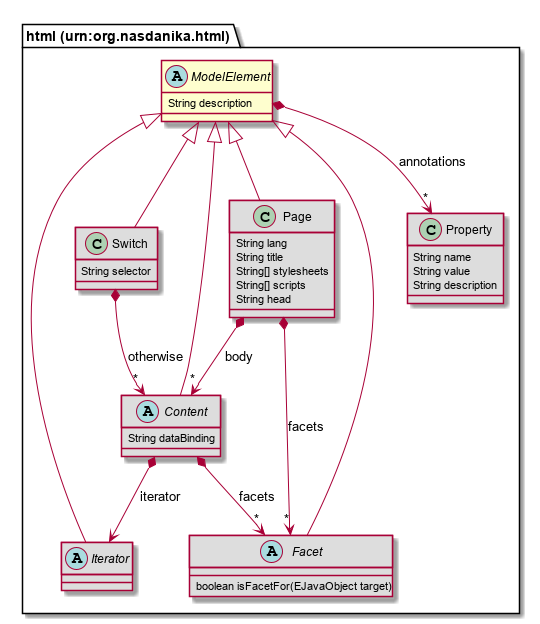
Above: repository/src/site/resources/model-doc/75726e3a6f72672e6e617364616e696b612e68746d6c/ModelElement.png in Nasdanika/html (PlantUML), before the change.
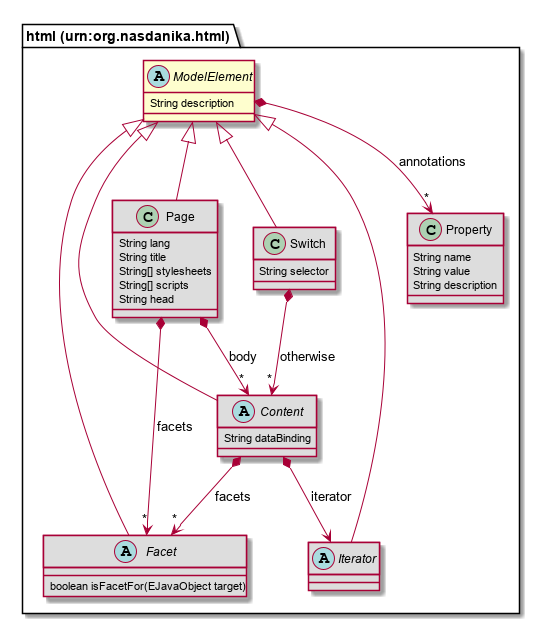
The same file after the commit.

Diff of the diagram source:
```diff
@@ -2,13 +2,14 @@
 abstract class "html (urn:org.nasdanika.html).ModelElement" [[#router/doc-content/75726e3a6f72672e6e617364616e696b612e68746d6c/ModelElement.html{Base class for other model elements featuring description and properties.}]] {
 	String description
 }
-abstract class "html (urn:org.nasdanika.html).Iterator" [[#router/doc-content/75726e3a6f72672e6e617364616e696b612e68746d6c/Iterator.html{Iterator produces zero or more values. }]] #DDDDDD {
+abstract class "html (urn:org.nasdanika.html).Facet" [[#router/doc-content/75726e3a6f72672e6e617364616e696b612e68746d6c/Facet.html{Model element facets customize elements for a specific purpose. }]] #DDDDDD {
+	boolean isFacetFor(EJavaObject target)
+}
+abstract class "html (urn:org.nasdanika.html).Content" [[#router/doc-content/75726e3a6f72672e6e617364616e696b612e68746d6c/Content.html{Base class for content.}]] #DDDDDD {
+	String dataBinding
 }
 class "html (urn:org.nasdanika.html).Switch" [[#router/doc-content/75726e3a6f72672e6e617364616e696b612e68746d6c/Switch.html{Switch allows to select content of one of its cases of the default (otherwise) content based on a selector value matching on of the case values or not matching any value in which case the otherwise content will be selected, if it is present.}]] #DDDDDD {
 	String selector
-}
-abstract class "html (urn:org.nasdanika.html).Content" [[#router/doc-content/75726e3a6f72672e6e617364616e696b612e68746d6c/Content.html{Base class for content.}]] #DDDDDD {
-	String dataBinding
 }
 class "html (urn:org.nasdanika.html).Page" [[#router/doc-content/75726e3a6f72672e6e617364616e696b612e68746d6c/Page.html{HTML page containing other content.}]] #DDDDDD {
 	String lang
@@ -17,23 +18,22 @@
 	String[] scripts
 	String head
 }
-abstract class "html (urn:org.nasdanika.html).Facet" [[#router/doc-content/75726e3a6f72672e6e617364616e696b612e68746d6c/Facet.html{Model element facets customize elements for a specific purpose. }]] #DDDDDD {
-	boolean isFacetFor(EJavaObject target)
+abstract class "html (urn:org.nasdanika.html).Iterator" [[#router/doc-content/75726e3a6f72672e6e617364616e696b612e68746d6c/Iterator.html{Iterator produces zero or more values. }]] #DDDDDD {
 }
 class "html (urn:org.nasdanika.html).Property" [[#router/doc-content/75726e3a6f72672e6e617364616e696b612e68746d6c/Property.html{A generic name-value pair.}]] #DDDDDD {
 	String name
 	String value
 	String description
 }
+"html (urn:org.nasdanika.html).ModelElement" <|-- "html (urn:org.nasdanika.html).Facet"
+"html (urn:org.nasdanika.html).ModelElement" <|-- "html (urn:org.nasdanika.html).Content"
+"html (urn:org.nasdanika.html).ModelElement" <|-- "html (urn:org.nasdanika.html).Switch"
+"html (urn:org.nasdanika.html).ModelElement" <|-- "html (urn:org.nasdanika.html).Page"
 "html (urn:org.nasdanika.html).ModelElement" <|-- "html (urn:org.nasdanika.html).Iterator"
-"html (urn:org.nasdanika.html).ModelElement" <|-- "html (urn:org.nasdanika.html).Switch"
-"html (urn:org.nasdanika.html).ModelElement" <|-- "html (urn:org.nasdanika.html).Content"
-"html (urn:org.nasdanika.html).ModelElement" <|-- "html (urn:org.nasdanika.html).Page"
-"html (urn:org.nasdanika.html).ModelElement" <|-- "html (urn:org.nasdanika.html).Facet"
+"html (urn:org.nasdanika.html).Content" *--> "html (urn:org.nasdanika.html).Iterator" : iterator
+"html (urn:org.nasdanika.html).Content" *--> "*" "html (urn:org.nasdanika.html).Facet" : facets
 "html (urn:org.nasdanika.html).ModelElement" *--> "*" "html (urn:org.nasdanika.html).Property" : annotations
 "html (urn:org.nasdanika.html).Switch" *--> "*" "html (urn:org.nasdanika.html).Content" : otherwise
-"html (urn:org.nasdanika.html).Content" *--> "html (urn:org.nasdanika.html).Iterator" : iterator
-"html (urn:org.nasdanika.html).Content" *--> "*" "html (urn:org.nasdanika.html).Facet" : facets
 "html (urn:org.nasdanika.html).Page" *--> "*" "html (urn:org.nasdanika.html).Content" : body
 "html (urn:org.nasdanika.html).Page" *--> "*" "html (urn:org.nasdanika.html).Facet" : facets
 @enduml
```
